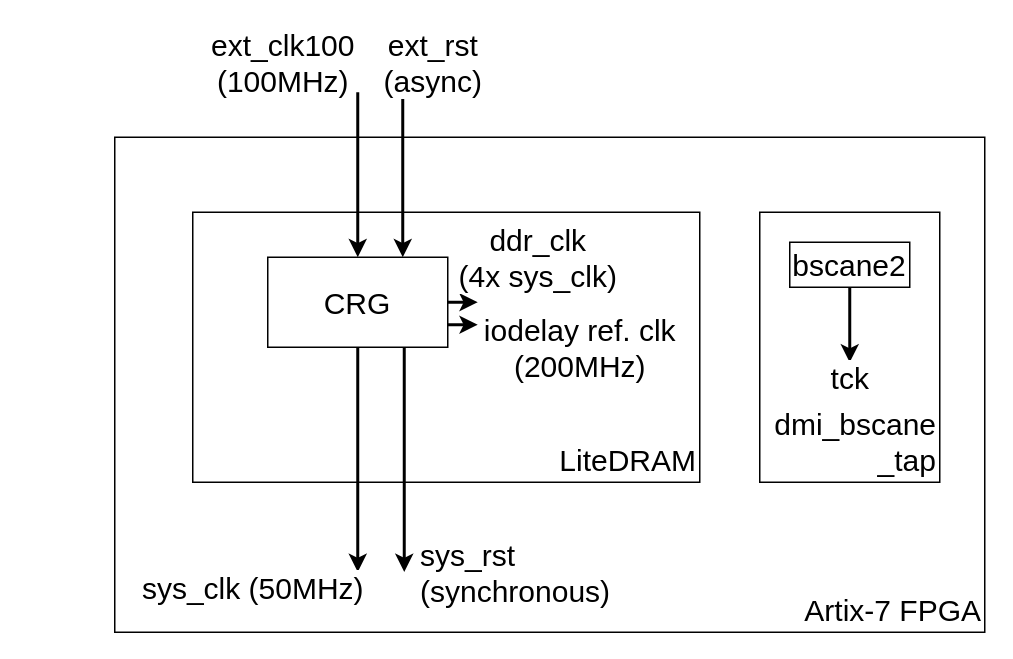
Earlier version of the draw.io diagram docs/assets/clocks_and_reset.drawio (epsilon537/boxlambda). Source tidied: cells renumbered, new cells numbered last; positions are measured from the earlier drawing's top-left corner, leaving out a move shared by most shapes. Both pictures are drawn from the tidied source at 150%, with x=0, y=0 at pixel (114, 92).
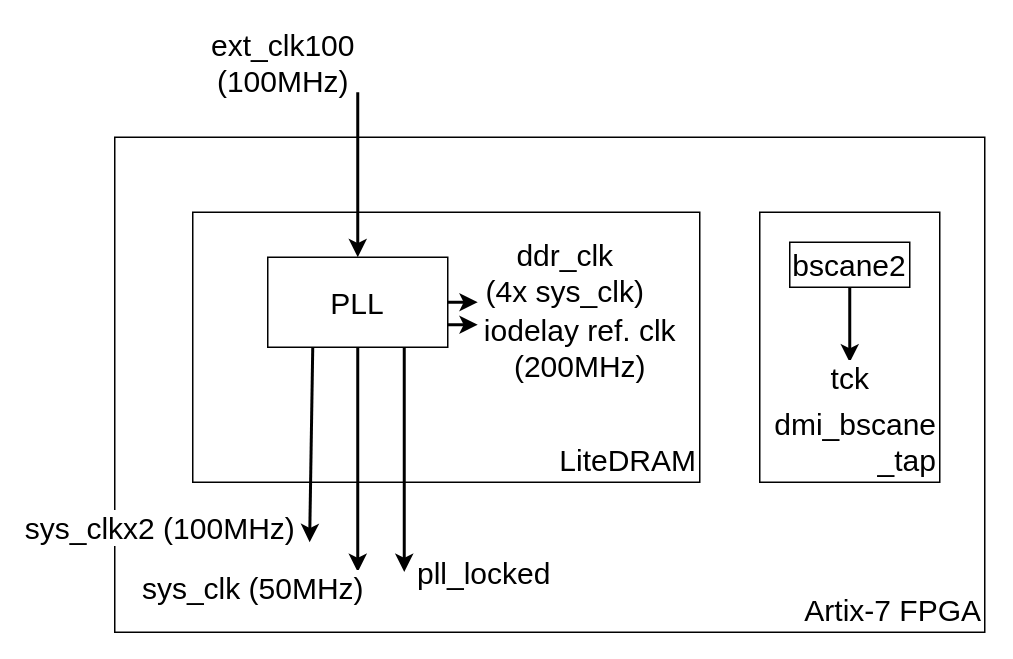
Above is the later version.

Unchanged cells that the change refers to:
```xml
<mxCell id="2" value="Artix-7 FPGA" style="rounded=0;whiteSpace=wrap;html=1;fontSize=20;verticalAlign=bottom;align=right;" parent="1" vertex="1">
  <mxGeometry y="30" width="580" height="330" as="geometry" />
</mxCell>
```

The edit, as a diff of the source:
```diff
@@
-    <mxCell id="4" value="CRG" style="rounded=0;whiteSpace=wrap;html=1;fontSize=20;" parent="1" vertex="1">
+    <mxCell id="4" value="PLL" style="rounded=0;whiteSpace=wrap;html=1;fontSize=20;" parent="1" vertex="1">
       <mxGeometry x="102" y="110" width="120" height="60" as="geometry" />
     </mxCell>
@@
-    <mxCell id="6" value="ext_rst&lt;br&gt;(async)" style="endArrow=classic;html=1;rounded=1;fontSize=20;strokeWidth=2;entryX=0.75;entryY=0;entryDx=0;entryDy=0;" parent="1" edge="1" target="4">
-      <mxGeometry x="-1" y="28" relative="1" as="geometry">
-        <mxPoint x="192" as="sourcePoint" />
-        <mxPoint x="-8" y="-20" as="offset" />
-      </mxGeometry>
-    </mxCell>
@@
-    <mxCell id="8" value="sys_rst&lt;br&gt;(synchronous)" style="endArrow=classic;html=1;rounded=1;fontSize=20;strokeWidth=2;exitX=0.5;exitY=1;exitDx=0;exitDy=0;entryX=0.362;entryY=0.69;entryDx=0;entryDy=0;entryPerimeter=0;align=left;" parent="1" edge="1">
-      <mxGeometry x="1" y="9" relative="1" as="geometry">
+    <mxCell id="8" value="pll_locked" style="endArrow=classic;html=1;rounded=1;fontSize=20;strokeWidth=2;exitX=0.5;exitY=1;exitDx=0;exitDy=0;entryX=0.362;entryY=0.69;entryDx=0;entryDy=0;entryPerimeter=0;align=left;" parent="1" edge="1">
+      <mxGeometry x="1" y="7" relative="1" as="geometry">
         <mxPoint x="193" y="170" as="sourcePoint" />
         <mxPoint x="193" y="319.8" as="targetPoint" />
       </mxGeometry>
     </mxCell>
@@
     <mxCell id="12" value="ddr_clk&lt;br&gt;(4x sys_clk)" style="endArrow=classic;html=1;rounded=1;fontSize=20;strokeWidth=2;exitX=1;exitY=0.5;exitDx=0;exitDy=0;" parent="1" edge="1" source="4">
-      <mxGeometry x="1" y="50" relative="1" as="geometry">
+      <mxGeometry x="1" y="61" relative="1" as="geometry">
         <mxPoint x="242" y="140" as="targetPoint" />
-        <mxPoint x="40" y="20" as="offset" />
+        <mxPoint x="58" y="41" as="offset" />
       </mxGeometry>
     </mxCell>
@@
+    <mxCell id="14" value="sys_clkx2 (100MHz)" style="endArrow=classic;html=1;rounded=1;fontSize=20;strokeWidth=2;exitX=0.25;exitY=1;exitDx=0;exitDy=0;entryX=0.224;entryY=0.818;entryDx=0;entryDy=0;entryPerimeter=0;" parent="1" edge="1" source="4" target="2">
+      <mxGeometry x="0.87" y="-100" relative="1" as="geometry" />
+    </mxCell>
```
